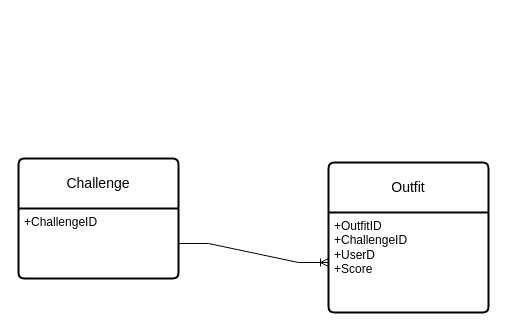
Above: page "ER Diagram" (1 of 2) of PVP OOTD.drawio in yaohuiwu/SimpleFS (draw.io), before the change. Source tidied: cells renumbered, new cells numbered last; positions are measured from the earlier drawing's top-left corner, leaving out a move shared by most shapes. Both pictures are drawn from the tidied source at 100%, with x=0, y=0 at pixel (18, 158).
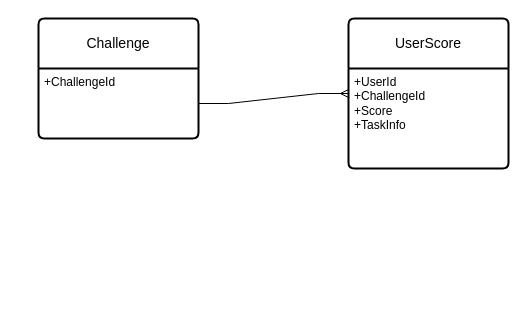
After the change.

The edit, as a diff of the source:
```diff
@@
 <mxGraphModel>
   <root>
     <mxCell id="0" />
     <mxCell id="1" parent="0" />
     <mxCell id="2" value="Challenge" style="swimlane;horizontal=1;startSize=50;rounded=1;fontSize=14;fontStyle=0;strokeWidth=2;shadow=0;dashed=0;align=center;arcSize=4;whiteSpace=wrap;html=1;" parent="1" vertex="1">
-      <mxGeometry width="160" height="120" as="geometry" />
+      <mxGeometry x="20" y="-140" width="160" height="120" as="geometry" />
     </mxCell>
-    <mxCell id="3" value="+ChallengeID" style="align=left;strokeColor=none;fillColor=none;spacingLeft=4;fontSize=12;verticalAlign=top;html=1;" parent="2" vertex="1">
+    <mxCell id="3" value="+ChallengeId" style="align=left;strokeColor=none;fillColor=none;spacingLeft=4;fontSize=12;verticalAlign=top;html=1;" parent="2" vertex="1">
       <mxGeometry y="50" width="160" height="70" as="geometry" />
     </mxCell>
-    <mxCell id="4" value="Outfit" style="swimlane;horizontal=1;startSize=50;rounded=1;fontSize=14;fontStyle=0;strokeWidth=2;shadow=0;dashed=0;align=center;arcSize=4;whiteSpace=wrap;html=1;" parent="1" vertex="1">
-      <mxGeometry x="310" y="4" width="160" height="150" as="geometry" />
+    <mxCell id="4" value="UserScore" style="swimlane;horizontal=1;startSize=50;rounded=1;fontSize=14;fontStyle=0;strokeWidth=2;shadow=0;dashed=0;align=center;arcSize=4;whiteSpace=wrap;html=1;" parent="1" vertex="1">
+      <mxGeometry x="330" y="-140" width="160" height="150" as="geometry" />
     </mxCell>
-    <mxCell id="5" value="+OutfitID&lt;br&gt;+ChallengeID&lt;br&gt;+UserD&lt;br&gt;+Score" style="align=left;strokeColor=none;fillColor=none;spacingLeft=4;fontSize=12;verticalAlign=top;html=1;" parent="4" vertex="1">
+    <mxCell id="5" value="+UserId&lt;br&gt;+ChallengeId&lt;br&gt;+Score&lt;br&gt;+TaskInfo" style="align=left;strokeColor=none;fillColor=none;spacingLeft=4;fontSize=12;verticalAlign=top;html=1;" parent="4" vertex="1">
       <mxGeometry y="50" width="160" height="100" as="geometry" />
     </mxCell>
-    <mxCell id="6" style="edgeStyle=entityRelationEdgeStyle;fontSize=12;html=1;endArrow=ERoneToMany;rounded=0;exitX=1;exitY=0.5;exitDx=0;exitDy=0;entryX=0;entryY=0.5;entryDx=0;entryDy=0;" parent="1" edge="1" source="3" target="5">
+    <mxCell id="6" style="edgeStyle=entityRelationEdgeStyle;fontSize=12;html=1;endArrow=ERmany;rounded=0;exitX=1;exitY=0.5;exitDx=0;exitDy=0;entryX=0;entryY=0.25;entryDx=0;entryDy=0;" parent="1" edge="1" source="3" target="5">
       <mxGeometry relative="1" as="geometry" />
     </mxCell>
   </root>
 </mxGraphModel>
```
